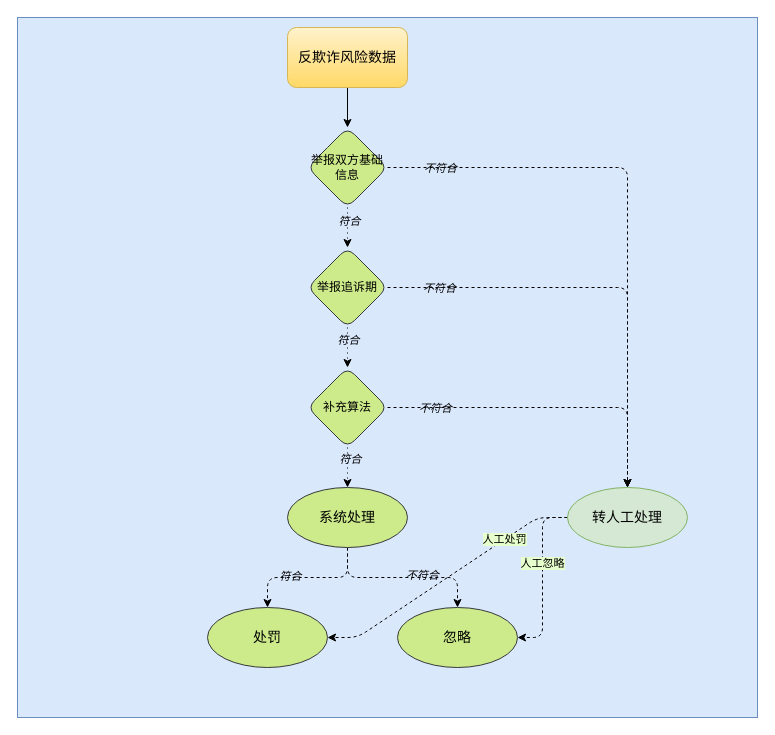
Above: app.diagrams.net/Untitled Diagram.drawio in startarhwa/hello-world (draw.io), before the change. Source tidied: cells renumbered, new cells numbered last; positions are measured from the earlier drawing's top-left corner, leaving out a move shared by most shapes. Both pictures are drawn from the tidied source at 100%, with x=0, y=0 at pixel (17, 17).
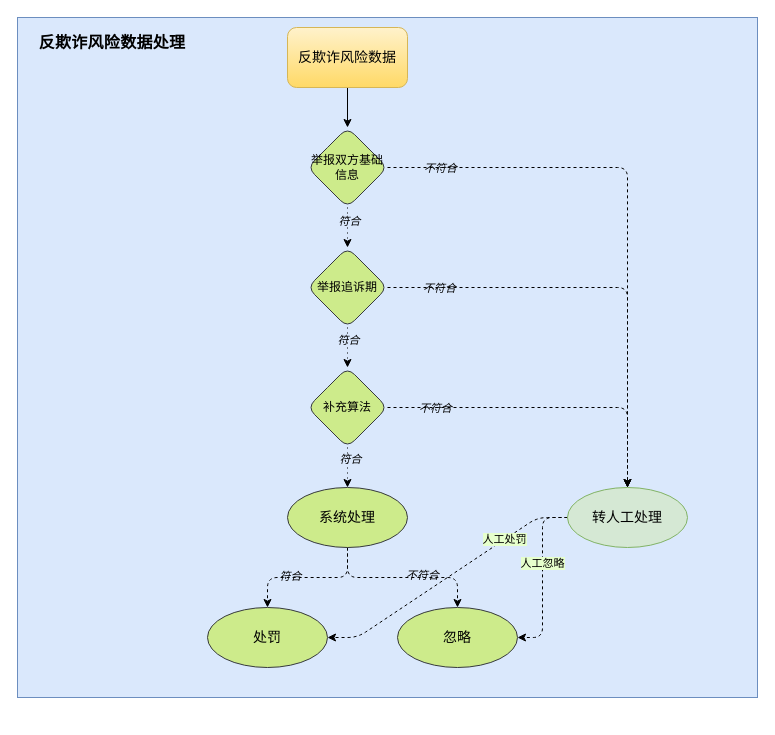
The same page after the edit.

The edit, as a diff of the source:
```diff
@@
     <mxCell id="2" style="text;html=1;strokeColor=#6c8ebf;fillColor=#dae8fc;align=left;verticalAlign=top;whiteSpace=wrap;fontSize=14;fontStyle=1;" parent="1" vertex="1">
-      <mxGeometry width="740" height="700" as="geometry" />
+      <mxGeometry width="740" height="680" as="geometry" />
     </mxCell>
@@
+    <mxCell id="32" value="&lt;p class=&quot;MsoNormal&quot;&gt;&lt;b&gt;&lt;span style=&quot;letter-spacing: 0.2000pt ; font-size: 12.0000pt&quot;&gt;&lt;font face=&quot;宋体&quot;&gt;反欺诈风险数据处理&lt;/font&gt;&lt;/span&gt;&lt;/b&gt;&lt;/p&gt;" style="text;html=1;fillColor=none;align=center;verticalAlign=middle;whiteSpace=wrap;rounded=0;labelBackgroundColor=none;labelBorderColor=none;fontSize=11;" parent="1" vertex="1">
+      <mxGeometry x="10" y="10" width="170" height="30" as="geometry" />
+    </mxCell>
```
